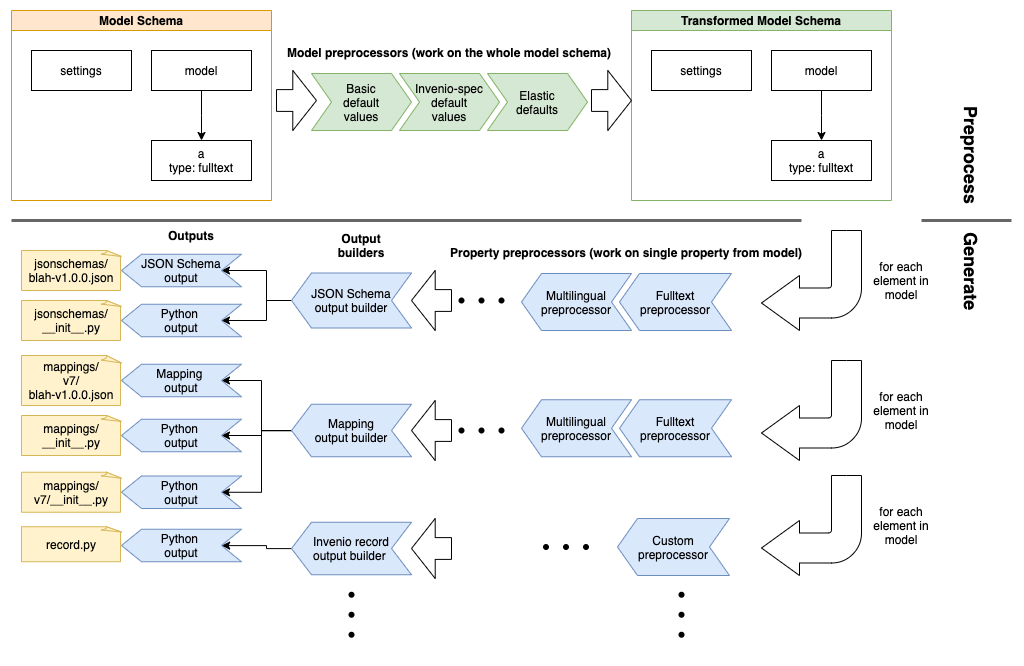
Above: docs/oarepo-model-builder.png in oarepo/oarepo-model-builder (draw.io), before the change. Source tidied: cells renumbered, new cells last; positions are measured from the earlier drawing's top-left corner, leaving out a move shared by most shapes.
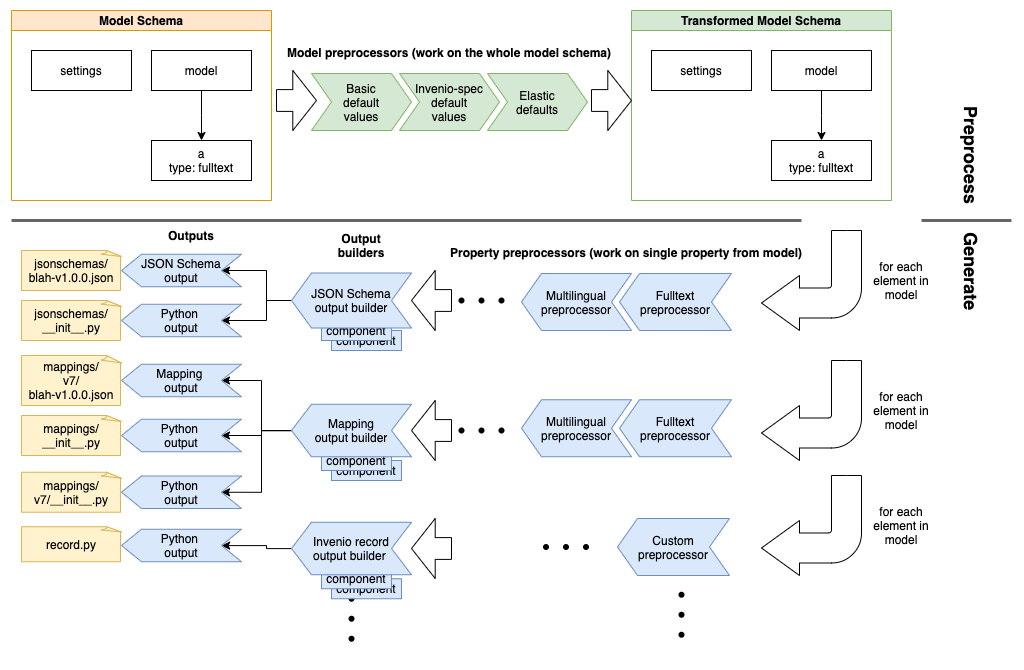
The same diagram one commit later.

Commit message:
output builder components

What changed in the source:
```diff
@@ -2,6 +2,45 @@
   <root>
     <mxCell id="0" />
     <mxCell id="1" parent="0" />
+    <mxCell id="35" style="group;" parent="1" vertex="1">
+      <mxGeometry x="320" y="568.2" width="70" height="80" as="geometry" />
+    </mxCell>
+    <mxCell id="36" style="shape=waypoint;sketch=0;fillStyle=solid;size=6;fillColor=none;perimeter=centerPerimeter;" parent="35" vertex="1">
+      <mxGeometry width="40" height="40" as="geometry" />
+    </mxCell>
+    <mxCell id="37" style="shape=waypoint;sketch=0;fillStyle=solid;size=6;fillColor=none;perimeter=centerPerimeter;" parent="35" vertex="1">
+      <mxGeometry y="20" width="40" height="40" as="geometry" />
+    </mxCell>
+    <mxCell id="38" style="shape=waypoint;sketch=0;fillStyle=solid;size=6;fillColor=none;perimeter=centerPerimeter;" parent="35" vertex="1">
+      <mxGeometry y="40" width="40" height="40" as="geometry" />
+    </mxCell>
+    <mxCell id="83" style="group;" parent="35" vertex="1">
+      <mxGeometry x="-10" y="-10" width="80" height="30" as="geometry" />
+    </mxCell>
+    <mxCell id="84" value="component" style="rounded=0;whiteSpace=wrap;html=1;fillColor=#dae8fc;strokeColor=#6c8ebf;" parent="83" vertex="1">
+      <mxGeometry x="10" y="10" width="70" height="20" as="geometry" />
+    </mxCell>
+    <mxCell id="85" value="component" style="rounded=0;whiteSpace=wrap;html=1;fillColor=#dae8fc;strokeColor=#6c8ebf;" parent="83" vertex="1">
+      <mxGeometry width="70" height="20" as="geometry" />
+    </mxCell>
+    <mxCell id="86" style="group;" parent="1" vertex="1">
+      <mxGeometry x="310" y="440" width="80" height="30" as="geometry" />
+    </mxCell>
+    <mxCell id="87" value="component" style="rounded=0;whiteSpace=wrap;html=1;fillColor=#dae8fc;strokeColor=#6c8ebf;" parent="86" vertex="1">
+      <mxGeometry x="10" y="10" width="70" height="20" as="geometry" />
+    </mxCell>
+    <mxCell id="88" value="component" style="rounded=0;whiteSpace=wrap;html=1;fillColor=#dae8fc;strokeColor=#6c8ebf;" parent="86" vertex="1">
+      <mxGeometry width="70" height="20" as="geometry" />
+    </mxCell>
+    <mxCell id="89" style="group;" parent="1" vertex="1">
+      <mxGeometry x="310" y="310" width="80" height="30" as="geometry" />
+    </mxCell>
+    <mxCell id="90" value="component" style="rounded=0;whiteSpace=wrap;html=1;fillColor=#dae8fc;strokeColor=#6c8ebf;" parent="89" vertex="1">
+      <mxGeometry x="10" y="10" width="70" height="20" as="geometry" />
+    </mxCell>
+    <mxCell id="91" value="component" style="rounded=0;whiteSpace=wrap;html=1;fillColor=#dae8fc;strokeColor=#6c8ebf;" parent="89" vertex="1">
+      <mxGeometry width="70" height="20" as="geometry" />
+    </mxCell>
     <mxCell id="2" value="Model Schema" style="swimlane;startSize=20;horizontal=1;horizontalTree=0;containerType=tree;fillColor=#ffe6cc;strokeColor=#d79b00;" parent="1" vertex="1">
       <mxGeometry width="260" height="190" as="geometry" />
     </mxCell>
@@ -116,18 +155,6 @@
     <mxCell id="34" value="record.py" style="whiteSpace=wrap;html=1;shape=mxgraph.basic.document;fillColor=#fff2cc;strokeColor=#d6b656;" parent="1" vertex="1">
       <mxGeometry x="10" y="516.2" width="100" height="35" as="geometry" />
     </mxCell>
-    <mxCell id="35" style="group;" parent="1" vertex="1">
-      <mxGeometry x="320" y="564.2" width="40" height="80" as="geometry" />
-    </mxCell>
-    <mxCell id="36" style="shape=waypoint;sketch=0;fillStyle=solid;size=6;fillColor=none;perimeter=centerPerimeter;" parent="35" vertex="1">
-      <mxGeometry width="40" height="40" as="geometry" />
-    </mxCell>
-    <mxCell id="37" style="shape=waypoint;sketch=0;fillStyle=solid;size=6;fillColor=none;perimeter=centerPerimeter;" parent="35" vertex="1">
-      <mxGeometry y="20" width="40" height="40" as="geometry" />
-    </mxCell>
-    <mxCell id="38" style="shape=waypoint;sketch=0;fillStyle=solid;size=6;fillColor=none;perimeter=centerPerimeter;" parent="35" vertex="1">
-      <mxGeometry y="40" width="40" height="40" as="geometry" />
-    </mxCell>
     <mxCell id="39" style="group;" parent="1" vertex="1">
       <mxGeometry x="650" y="564.2" width="40" height="80" as="geometry" />
     </mxCell>
```
